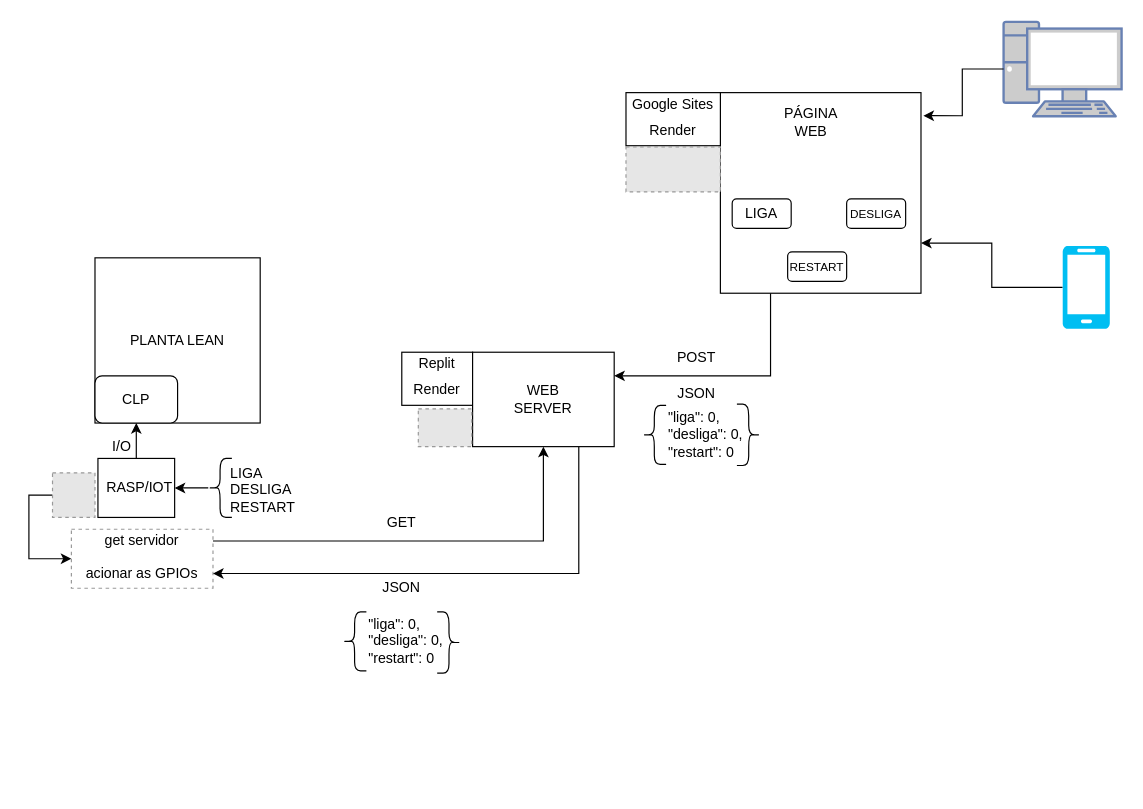
This is diagramas/diagrama.drawio from renatobsenai/leanWebSensor, a draw.io file, before an edit. Source tidied: cells renumbered, new cells numbered last; positions are measured from the earlier drawing's top-left corner, leaving out a move shared by most shapes. Both pictures are drawn from the tidied source at 118%, with x=0, y=0 at pixel (52, 21). Pictures stored in the file or linked from it are replaced by grey dashed boxes.
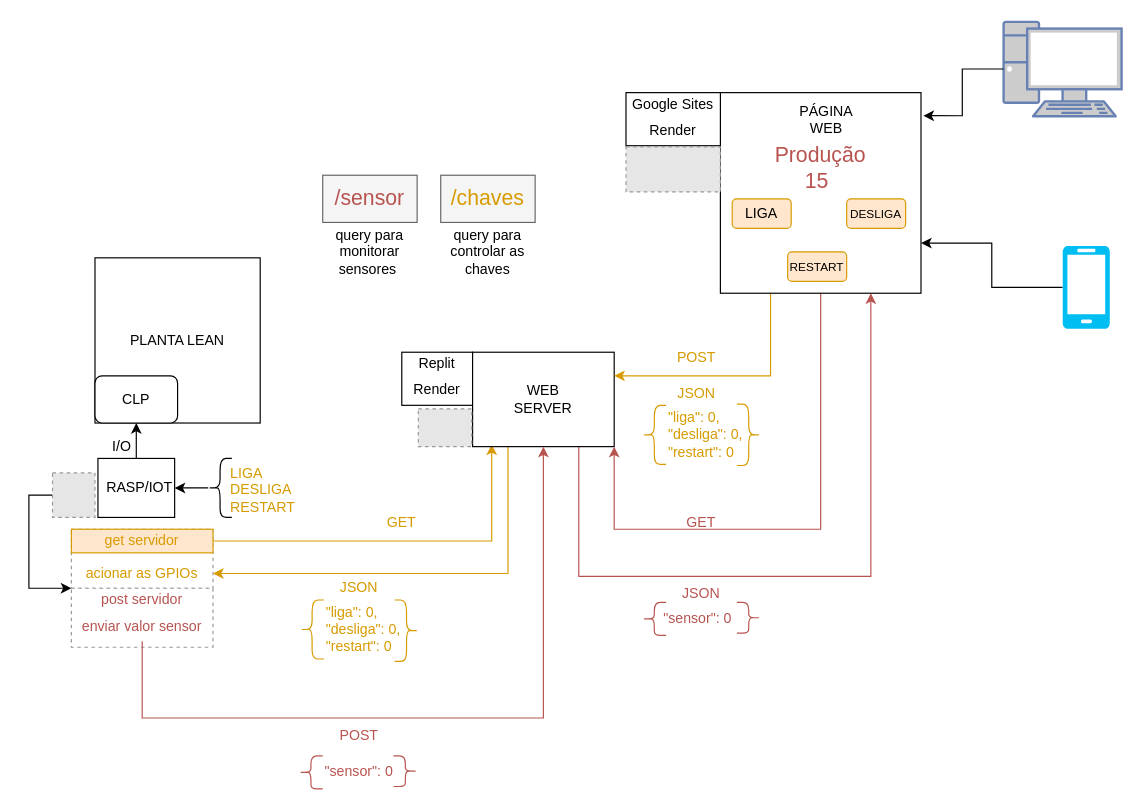
The same page after the edit.

Unchanged cells that the change refers to:
```xml
<mxCell id="16" style="fillColor=#E6E6E6;strokeColor=#999999;dashed=1;verticalLabelPosition=bottom;labelBackgroundColor=default;verticalAlign=top;" parent="1" vertex="1">
  <mxGeometry y="382.2" width="36" height="37.8" as="geometry" />
</mxCell>
<mxCell id="17" style="rounded=0;whiteSpace=wrap;html=1;dashed=1;strokeColor=#999999;" parent="1" vertex="1">
  <mxGeometry x="16" y="430" width="120" height="50" as="geometry" />
</mxCell>
<mxCell id="22" style="rounded=0;whiteSpace=wrap;html=1;" parent="1" vertex="1">
  <mxGeometry x="356" y="280" width="120" height="80" as="geometry" />
</mxCell>
<mxCell id="33" style="whiteSpace=wrap;html=1;" parent="1" vertex="1">
  <mxGeometry x="566" y="60" width="170" height="170" as="geometry" />
</mxCell>
```

Change to the diagram source:
```diff
@@
-    <mxCell id="8" value="&lt;h1&gt;&lt;br&gt;&lt;/h1&gt;&lt;div&gt;LIGA&lt;/div&gt;&lt;div&gt;DESLIGA&lt;/div&gt;&lt;div&gt;RESTART&lt;/div&gt;" style="text;html=1;spacing=5;spacingTop=-20;whiteSpace=wrap;overflow=hidden;rounded=0;" parent="1" vertex="1">
+    <mxCell id="8" value="&lt;h1&gt;&lt;font color=&quot;#d79b00&quot;&gt;&lt;br&gt;&lt;/font&gt;&lt;/h1&gt;&lt;div&gt;&lt;font color=&quot;#d79b00&quot;&gt;LIGA&lt;/font&gt;&lt;/div&gt;&lt;div&gt;&lt;font color=&quot;#d79b00&quot;&gt;DESLIGA&lt;/font&gt;&lt;/div&gt;&lt;div&gt;&lt;font color=&quot;#d79b00&quot;&gt;RESTART&lt;/font&gt;&lt;/div&gt;" style="text;html=1;spacing=5;spacingTop=-20;whiteSpace=wrap;overflow=hidden;rounded=0;" parent="1" vertex="1">
       <mxGeometry x="146" y="325" width="70" height="140" as="geometry" />
     </mxCell>
@@
-    <mxCell id="15" style="edgeStyle=orthogonalEdgeStyle;rounded=0;jettySize=auto;html=1;exitX=0;exitY=0.5;exitDx=0;exitDy=0;entryX=0;entryY=0.5;entryDx=0;entryDy=0;" parent="1" edge="1" source="16" target="17">
-      <mxGeometry relative="1" as="geometry" />
+    <mxCell id="15" style="edgeStyle=orthogonalEdgeStyle;rounded=0;jettySize=auto;html=1;exitX=0;exitY=0.5;exitDx=0;exitDy=0;entryX=0;entryY=0;entryDx=0;entryDy=0;" parent="1" edge="1" source="16" target="53">
+      <mxGeometry relative="1" as="geometry">
+        <Array as="points">
+          <mxPoint x="-20" y="401" />
+          <mxPoint x="-20" y="480" />
+        </Array>
+      </mxGeometry>
     </mxCell>
@@
-    <mxCell id="18" style="edgeStyle=orthogonalEdgeStyle;rounded=0;jettySize=auto;html=1;exitX=1;exitY=0.5;exitDx=0;exitDy=0;entryX=0.5;entryY=1;entryDx=0;entryDy=0;" parent="1" edge="1" source="19" target="22">
+    <mxCell id="18" style="edgeStyle=orthogonalEdgeStyle;rounded=0;jettySize=auto;html=1;exitX=1;exitY=0.5;exitDx=0;exitDy=0;entryX=0.135;entryY=0.977;entryDx=0;entryDy=0;entryPerimeter=0;fillColor=#ffe6cc;strokeColor=#d79b00;" parent="1" edge="1" source="19" target="22">
       <mxGeometry relative="1" as="geometry" />
     </mxCell>
-    <mxCell id="19" value="get servidor" style="text;html=1;align=center;verticalAlign=middle;whiteSpace=wrap;rounded=0;" parent="1" vertex="1">
+    <mxCell id="19" value="&lt;font color=&quot;#d79b00&quot;&gt;get servidor&lt;/font&gt;" style="text;html=1;align=center;verticalAlign=middle;whiteSpace=wrap;rounded=0;fillColor=#ffe6cc;strokeColor=#d79b00;" parent="1" vertex="1">
       <mxGeometry x="16" y="430" width="120" height="20" as="geometry" />
     </mxCell>
-    <mxCell id="20" value="acionar as GPIOs" style="text;html=1;align=center;verticalAlign=middle;whiteSpace=wrap;rounded=0;" parent="1" vertex="1">
+    <mxCell id="20" value="&lt;font color=&quot;#d79b00&quot;&gt;acionar as GPIOs&lt;/font&gt;" style="text;html=1;align=center;verticalAlign=middle;whiteSpace=wrap;rounded=0;" parent="1" vertex="1">
       <mxGeometry x="16" y="455" width="120" height="25" as="geometry" />
     </mxCell>
-    <mxCell id="21" style="edgeStyle=orthogonalEdgeStyle;rounded=0;jettySize=auto;html=1;exitX=0.75;exitY=1;exitDx=0;exitDy=0;entryX=1;entryY=0.5;entryDx=0;entryDy=0;" parent="1" edge="1" source="22" target="20">
+    <mxCell id="21" style="edgeStyle=orthogonalEdgeStyle;rounded=0;jettySize=auto;html=1;exitX=0.25;exitY=1;exitDx=0;exitDy=0;entryX=1;entryY=0.5;entryDx=0;entryDy=0;fillColor=#ffe6cc;strokeColor=#d79b00;" parent="1" edge="1" source="22" target="20">
       <mxGeometry relative="1" as="geometry" />
     </mxCell>
+    <mxCell id="48" style="edgeStyle=orthogonalEdgeStyle;rounded=0;jettySize=auto;html=1;exitX=0.75;exitY=1;exitDx=0;exitDy=0;entryX=0.75;entryY=1;entryDx=0;entryDy=0;fillColor=#f8cecc;strokeColor=#b85450;" parent="1" edge="1" source="22" target="33">
+      <mxGeometry relative="1" as="geometry">
+        <Array as="points">
+          <mxPoint x="446" y="470" />
+          <mxPoint x="694" y="470" />
+        </Array>
+      </mxGeometry>
+    </mxCell>
@@
-    <mxCell id="24" value="GET" style="text;html=1;align=center;verticalAlign=middle;whiteSpace=wrap;rounded=0;" parent="1" vertex="1">
+    <mxCell id="24" value="&lt;font color=&quot;#d79b00&quot;&gt;GET&lt;/font&gt;" style="text;html=1;align=center;verticalAlign=middle;whiteSpace=wrap;rounded=0;fillColor=none;strokeColor=none;" parent="1" vertex="1">
       <mxGeometry x="266" y="410" width="60" height="30" as="geometry" />
     </mxCell>
-    <mxCell id="25" value="JSON" style="text;html=1;align=center;verticalAlign=middle;whiteSpace=wrap;rounded=0;" parent="1" vertex="1">
-      <mxGeometry x="266" y="465" width="60" height="30" as="geometry" />
+    <mxCell id="25" value="&lt;font color=&quot;#d79b00&quot;&gt;JSON&lt;/font&gt;" style="text;html=1;align=center;verticalAlign=middle;whiteSpace=wrap;rounded=0;" parent="1" vertex="1">
+      <mxGeometry x="230" y="465" width="60" height="30" as="geometry" />
     </mxCell>
-    <mxCell id="26" value="&quot;liga&quot;: 0,&lt;br&gt;&quot;desliga&quot;: 0,&lt;br&gt;&quot;restart&quot;: 0" style="text;html=1;align=left;verticalAlign=middle;whiteSpace=wrap;rounded=0;imageAlign=center;" parent="1" vertex="1">
-      <mxGeometry x="266" y="490" width="80" height="70" as="geometry" />
+    <mxCell id="26" value="&lt;font color=&quot;#d79b00&quot;&gt;&quot;liga&quot;: 0,&lt;br&gt;&quot;desliga&quot;: 0,&lt;br&gt;&quot;restart&quot;: 0&lt;/font&gt;" style="text;html=1;align=left;verticalAlign=middle;whiteSpace=wrap;rounded=0;imageAlign=center;" parent="1" vertex="1">
+      <mxGeometry x="230" y="480" width="80" height="70" as="geometry" />
     </mxCell>
-    <mxCell id="27" style="shape=curlyBracket;whiteSpace=wrap;html=1;rounded=1;labelPosition=left;verticalLabelPosition=middle;align=right;verticalAlign=middle;" parent="1" vertex="1">
-      <mxGeometry x="246" y="500" width="20" height="50" as="geometry" />
+    <mxCell id="27" style="shape=curlyBracket;whiteSpace=wrap;html=1;rounded=1;labelPosition=left;verticalLabelPosition=middle;align=right;verticalAlign=middle;strokeColor=#D79B00;" parent="1" vertex="1">
+      <mxGeometry x="210" y="490" width="20" height="50" as="geometry" />
     </mxCell>
-    <mxCell id="28" style="shape=curlyBracket;whiteSpace=wrap;html=1;rounded=1;flipH=1;labelPosition=right;verticalLabelPosition=middle;align=left;verticalAlign=middle;" parent="1" vertex="1">
-      <mxGeometry x="326" y="500" width="20" height="52" as="geometry" />
+    <mxCell id="28" style="shape=curlyBracket;whiteSpace=wrap;html=1;rounded=1;flipH=1;labelPosition=right;verticalLabelPosition=middle;align=left;verticalAlign=middle;strokeColor=#D79B00;" parent="1" vertex="1">
+      <mxGeometry x="290" y="490" width="20" height="52" as="geometry" />
     </mxCell>
@@
-    <mxCell id="32" style="edgeStyle=orthogonalEdgeStyle;rounded=0;jettySize=auto;html=1;exitX=0.25;exitY=1;exitDx=0;exitDy=0;entryX=1;entryY=0.25;entryDx=0;entryDy=0;" parent="1" edge="1" source="33" target="22">
+    <mxCell id="32" style="edgeStyle=orthogonalEdgeStyle;rounded=0;jettySize=auto;html=1;exitX=0.25;exitY=1;exitDx=0;exitDy=0;entryX=1;entryY=0.25;entryDx=0;entryDy=0;fillColor=#ffe6cc;strokeColor=#d79b00;" parent="1" edge="1" source="33" target="22">
       <mxGeometry relative="1" as="geometry" />
     </mxCell>
+    <mxCell id="49" style="edgeStyle=orthogonalEdgeStyle;rounded=0;jettySize=auto;html=1;entryX=1;entryY=1;entryDx=0;entryDy=0;fillColor=#f8cecc;strokeColor=#b85450;" parent="1" edge="1" source="33" target="22">
+      <mxGeometry relative="1" as="geometry">
+        <Array as="points">
+          <mxPoint x="651" y="430" />
+          <mxPoint x="476" y="430" />
+        </Array>
+      </mxGeometry>
+    </mxCell>
@@
-    <mxCell id="34" value="LIGA" style="rounded=1;whiteSpace=wrap;html=1;" parent="1" vertex="1">
+    <mxCell id="34" value="LIGA" style="rounded=1;whiteSpace=wrap;html=1;fillColor=#ffe6cc;strokeColor=#d79b00;" parent="1" vertex="1">
       <mxGeometry x="576" y="150" width="50" height="25" as="geometry" />
     </mxCell>
-    <mxCell id="35" value="&lt;font style=&quot;font-size: 10px;&quot;&gt;DESLIGA&lt;/font&gt;" style="rounded=1;whiteSpace=wrap;html=1;" parent="1" vertex="1">
+    <mxCell id="35" value="&lt;font style=&quot;font-size: 10px;&quot;&gt;DESLIGA&lt;/font&gt;" style="rounded=1;whiteSpace=wrap;html=1;fillColor=#ffe6cc;strokeColor=#d79b00;" parent="1" vertex="1">
       <mxGeometry x="673" y="150" width="50" height="25" as="geometry" />
     </mxCell>
-    <mxCell id="36" value="&lt;font style=&quot;font-size: 10px;&quot;&gt;RESTART&lt;/font&gt;" style="rounded=1;whiteSpace=wrap;html=1;" parent="1" vertex="1">
+    <mxCell id="36" value="&lt;font style=&quot;font-size: 10px;&quot;&gt;RESTART&lt;/font&gt;" style="rounded=1;whiteSpace=wrap;html=1;fillColor=#ffe6cc;strokeColor=#d79b00;" parent="1" vertex="1">
       <mxGeometry x="623" y="195" width="50" height="25" as="geometry" />
     </mxCell>
     <mxCell id="37" value="PÁGINA WEB" style="text;html=1;align=center;verticalAlign=middle;whiteSpace=wrap;rounded=0;" parent="1" vertex="1">
-      <mxGeometry x="613" y="70" width="60" height="30" as="geometry" />
+      <mxGeometry x="626" y="67.5" width="60" height="30" as="geometry" />
     </mxCell>
@@
-    <mxCell id="42" value="POST" style="text;html=1;align=center;verticalAlign=middle;whiteSpace=wrap;rounded=0;" parent="1" vertex="1">
+    <mxCell id="42" value="&lt;font color=&quot;#d79b00&quot;&gt;POST&lt;/font&gt;" style="text;html=1;align=center;verticalAlign=middle;whiteSpace=wrap;rounded=0;fillColor=none;strokeColor=none;" parent="1" vertex="1">
       <mxGeometry x="516" y="270" width="60" height="30" as="geometry" />
     </mxCell>
-    <mxCell id="43" style="shape=curlyBracket;whiteSpace=wrap;html=1;rounded=1;labelPosition=left;verticalLabelPosition=middle;align=right;verticalAlign=middle;" parent="1" vertex="1">
+    <mxCell id="43" style="shape=curlyBracket;whiteSpace=wrap;html=1;rounded=1;labelPosition=left;verticalLabelPosition=middle;align=right;verticalAlign=middle;fillColor=#ffe6cc;strokeColor=#d79b00;" parent="1" vertex="1">
       <mxGeometry x="500" y="325" width="20" height="50" as="geometry" />
     </mxCell>
-    <mxCell id="44" style="shape=curlyBracket;whiteSpace=wrap;html=1;rounded=1;flipH=1;labelPosition=right;verticalLabelPosition=middle;align=left;verticalAlign=middle;" parent="1" vertex="1">
+    <mxCell id="44" style="shape=curlyBracket;whiteSpace=wrap;html=1;rounded=1;flipH=1;labelPosition=right;verticalLabelPosition=middle;align=left;verticalAlign=middle;fillColor=#ffe6cc;strokeColor=#d79b00;" parent="1" vertex="1">
       <mxGeometry x="580" y="324" width="20" height="52" as="geometry" />
     </mxCell>
-    <mxCell id="45" value="&quot;liga&quot;: 0,&lt;br&gt;&quot;desliga&quot;: 0,&lt;br&gt;&quot;restart&quot;: 0" style="text;html=1;align=left;verticalAlign=middle;whiteSpace=wrap;rounded=0;imageAlign=center;" parent="1" vertex="1">
+    <mxCell id="45" value="&lt;font color=&quot;#d79b00&quot;&gt;&quot;liga&quot;: 0,&lt;br&gt;&quot;desliga&quot;: 0,&lt;br&gt;&quot;restart&quot;: 0&lt;/font&gt;" style="text;html=1;align=left;verticalAlign=middle;whiteSpace=wrap;rounded=0;imageAlign=center;fillColor=none;strokeColor=none;" parent="1" vertex="1">
       <mxGeometry x="520" y="315" width="80" height="70" as="geometry" />
     </mxCell>
-    <mxCell id="46" value="JSON" style="text;html=1;align=center;verticalAlign=middle;whiteSpace=wrap;rounded=0;" parent="1" vertex="1">
+    <mxCell id="46" value="&lt;font color=&quot;#d79b00&quot;&gt;JSON&lt;/font&gt;" style="text;html=1;align=center;verticalAlign=middle;whiteSpace=wrap;rounded=0;fillColor=none;strokeColor=none;" parent="1" vertex="1">
       <mxGeometry x="516" y="300" width="60" height="30" as="geometry" />
     </mxCell>
@@
+    <mxCell id="50" value="&lt;font color=&quot;#b85450&quot; style=&quot;font-size: 18px;&quot;&gt;15&lt;/font&gt;" style="text;html=1;align=center;verticalAlign=middle;whiteSpace=wrap;rounded=0;" parent="1" vertex="1">
+      <mxGeometry x="618" y="120" width="60" height="30" as="geometry" />
+    </mxCell>
+    <mxCell id="51" value="&lt;font color=&quot;#b85450&quot; style=&quot;font-size: 18px;&quot;&gt;Produção&lt;/font&gt;" style="text;html=1;align=center;verticalAlign=middle;whiteSpace=wrap;rounded=0;" parent="1" vertex="1">
+      <mxGeometry x="621" y="97.5" width="60" height="30" as="geometry" />
+    </mxCell>
+    <mxCell id="52" style="rounded=0;whiteSpace=wrap;html=1;dashed=1;strokeColor=#999999;" parent="1" vertex="1">
+      <mxGeometry x="16" y="480" width="120" height="50" as="geometry" />
+    </mxCell>
+    <mxCell id="53" value="&lt;font color=&quot;#b85450&quot;&gt;post servidor&lt;/font&gt;" style="text;html=1;align=center;verticalAlign=middle;whiteSpace=wrap;rounded=0;" parent="1" vertex="1">
+      <mxGeometry x="16" y="480" width="120" height="20" as="geometry" />
+    </mxCell>
+    <mxCell id="54" style="edgeStyle=orthogonalEdgeStyle;rounded=0;jettySize=auto;html=1;entryX=0.5;entryY=1;entryDx=0;entryDy=0;fillColor=#f8cecc;strokeColor=#b85450;" parent="1" edge="1" source="55" target="22">
+      <mxGeometry relative="1" as="geometry">
+        <Array as="points">
+          <mxPoint x="76" y="590" />
+          <mxPoint x="416" y="590" />
+        </Array>
+      </mxGeometry>
+    </mxCell>
+    <mxCell id="55" value="&lt;font color=&quot;#b85450&quot;&gt;enviar valor sensor&lt;/font&gt;" style="text;html=1;align=center;verticalAlign=middle;whiteSpace=wrap;rounded=0;" parent="1" vertex="1">
+      <mxGeometry x="16" y="500" width="120" height="25" as="geometry" />
+    </mxCell>
+    <mxCell id="56" value="&lt;font color=&quot;#b85450&quot;&gt;POST&lt;/font&gt;" style="text;html=1;align=center;verticalAlign=middle;whiteSpace=wrap;rounded=0;" parent="1" vertex="1">
+      <mxGeometry x="230" y="590" width="60" height="30" as="geometry" />
+    </mxCell>
+    <mxCell id="57" value="&lt;font color=&quot;#b85450&quot;&gt;&quot;sensor&quot;: 0&lt;/font&gt;" style="text;html=1;align=left;verticalAlign=middle;whiteSpace=wrap;rounded=0;imageAlign=center;" parent="1" vertex="1">
+      <mxGeometry x="229" y="626" width="80" height="20" as="geometry" />
+    </mxCell>
+    <mxCell id="58" style="shape=curlyBracket;whiteSpace=wrap;html=1;rounded=1;labelPosition=left;verticalLabelPosition=middle;align=right;verticalAlign=middle;fillColor=#f8cecc;strokeColor=#b85450;" parent="1" vertex="1">
+      <mxGeometry x="209" y="622" width="20" height="28" as="geometry" />
+    </mxCell>
+    <mxCell id="59" style="shape=curlyBracket;whiteSpace=wrap;html=1;rounded=1;flipH=1;labelPosition=right;verticalLabelPosition=middle;align=left;verticalAlign=middle;size=0.5;fillColor=#f8cecc;strokeColor=#b85450;" parent="1" vertex="1">
+      <mxGeometry x="289" y="622" width="20" height="26" as="geometry" />
+    </mxCell>
+    <mxCell id="60" value="&lt;font color=&quot;#b85450&quot;&gt;GET&lt;/font&gt;" style="text;html=1;align=center;verticalAlign=middle;whiteSpace=wrap;rounded=0;" parent="1" vertex="1">
+      <mxGeometry x="520" y="410" width="60" height="30" as="geometry" />
+    </mxCell>
+    <mxCell id="61" value="&lt;font color=&quot;#b85450&quot;&gt;JSON&lt;/font&gt;" style="text;html=1;align=center;verticalAlign=middle;whiteSpace=wrap;rounded=0;" parent="1" vertex="1">
+      <mxGeometry x="520" y="470" width="60" height="30" as="geometry" />
+    </mxCell>
+    <mxCell id="62" value="&lt;font color=&quot;#b85450&quot;&gt;&quot;sensor&quot;: 0&lt;/font&gt;" style="text;html=1;align=left;verticalAlign=middle;whiteSpace=wrap;rounded=0;imageAlign=center;" parent="1" vertex="1">
+      <mxGeometry x="516" y="491" width="70" height="30" as="geometry" />
+    </mxCell>
+    <mxCell id="63" style="shape=curlyBracket;whiteSpace=wrap;html=1;rounded=1;labelPosition=left;verticalLabelPosition=middle;align=right;verticalAlign=middle;strokeColor=#B85450;" parent="1" vertex="1">
+      <mxGeometry x="500" y="492" width="20" height="28" as="geometry" />
+    </mxCell>
+    <mxCell id="64" style="shape=curlyBracket;whiteSpace=wrap;html=1;rounded=1;flipH=1;labelPosition=right;verticalLabelPosition=middle;align=left;verticalAlign=middle;size=0.5;strokeColor=#B85450;" parent="1" vertex="1">
+      <mxGeometry x="580" y="492" width="20" height="26" as="geometry" />
+    </mxCell>
+    <mxCell id="65" value="&lt;font style=&quot;font-size: 18px;&quot; color=&quot;#b85450&quot;&gt;/sensor&lt;/font&gt;" style="text;html=1;align=center;verticalAlign=middle;whiteSpace=wrap;rounded=0;fillColor=#f5f5f5;fontColor=#333333;strokeColor=#666666;" parent="1" vertex="1">
+      <mxGeometry x="229" y="130" width="80" height="40" as="geometry" />
+    </mxCell>
+    <mxCell id="66" value="&lt;font style=&quot;font-size: 18px;&quot; color=&quot;#d79b00&quot;&gt;/chaves&lt;/font&gt;" style="text;html=1;align=center;verticalAlign=middle;whiteSpace=wrap;rounded=0;fillColor=#f5f5f5;strokeColor=#666666;fontColor=#333333;" parent="1" vertex="1">
+      <mxGeometry x="329" y="130" width="80" height="40" as="geometry" />
+    </mxCell>
+    <mxCell id="67" value="query para monitorar sensores&amp;nbsp;" style="text;html=1;align=center;verticalAlign=middle;whiteSpace=wrap;rounded=0;" parent="1" vertex="1">
+      <mxGeometry x="229" y="170" width="80" height="50" as="geometry" />
+    </mxCell>
+    <mxCell id="68" value="query para controlar as chaves" style="text;html=1;align=center;verticalAlign=middle;whiteSpace=wrap;rounded=0;" parent="1" vertex="1">
+      <mxGeometry x="329" y="170" width="80" height="50" as="geometry" />
+    </mxCell>
```
